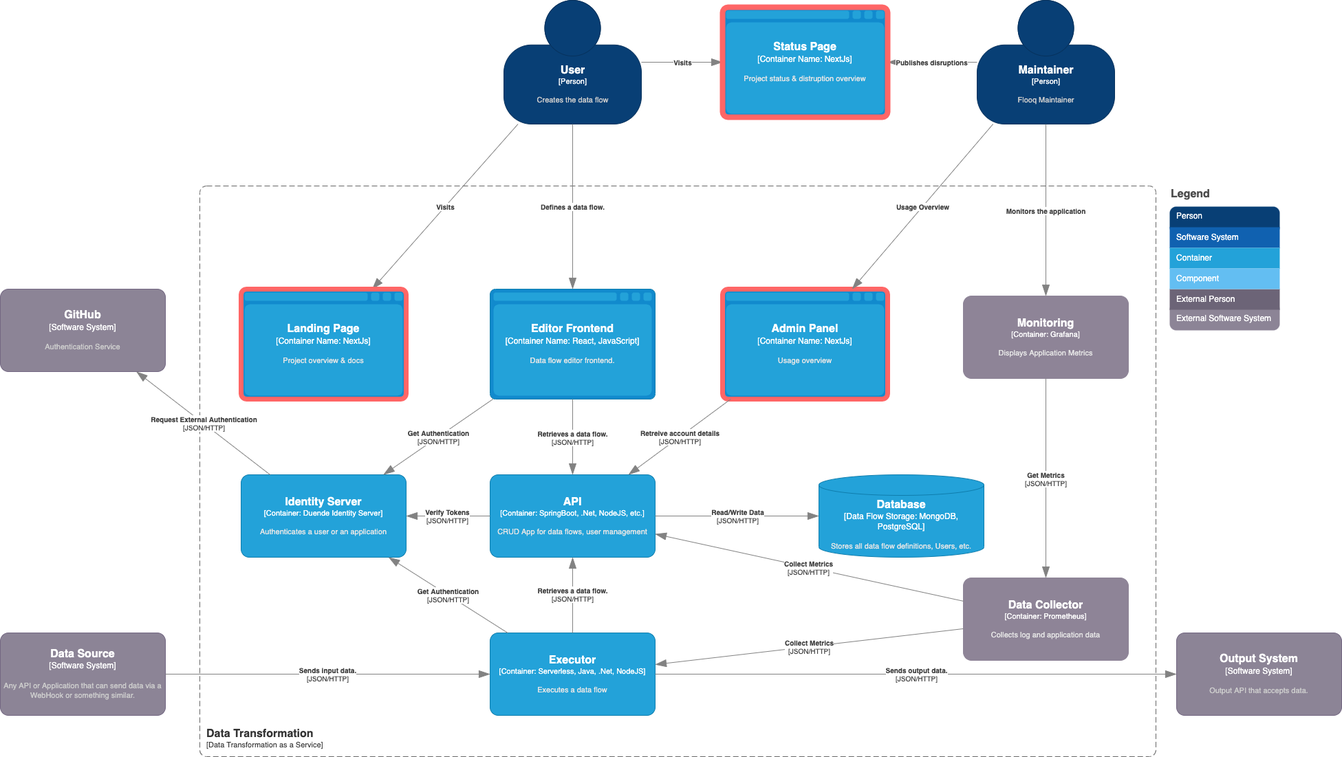
Above: docs/assets/c4-2-container-diagram_data-transformation.dio.png in Agile-Waterfall/flooq (draw.io), before the change. Source tidied: cells renumbered, new cells last; positions are measured from the earlier drawing's top-left corner, leaving out a move shared by most shapes.
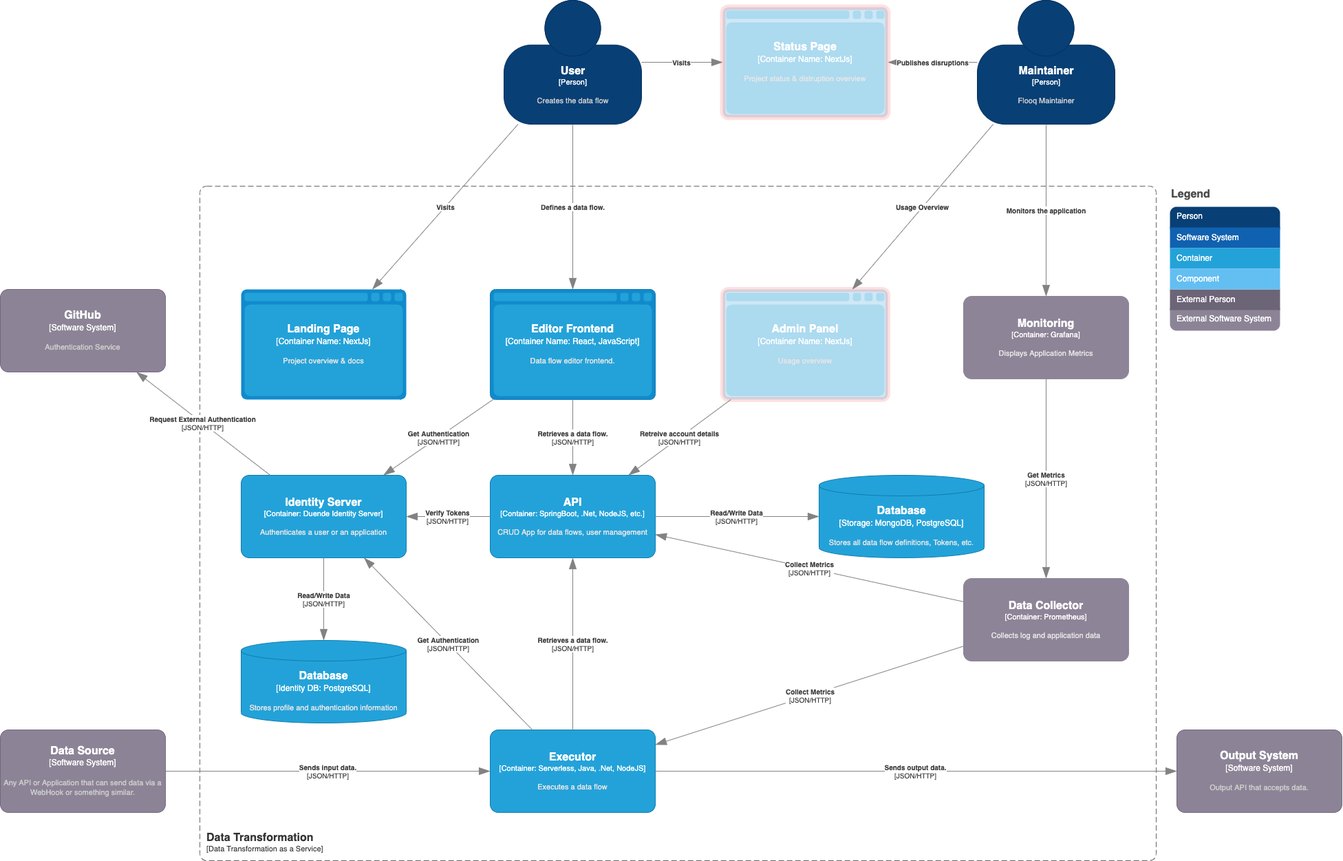
The same diagram one commit later.

The edit, as a diff of the source:
```diff
@@ -33,7 +33,7 @@
     </object>
     <object id="11" label="&lt;font style=&quot;font-size: 16px&quot;&gt;&lt;b&gt;&lt;div style=&quot;text-align: left&quot;&gt;%c4Name%&lt;/div&gt;&lt;/b&gt;&lt;/font&gt;&lt;div style=&quot;text-align: left&quot;&gt;[%c4Application%]&lt;/div&gt;" c4Application="Data Transformation as a Service" c4Name="Data Transformation" c4Type="ContainerScopeBoundary" placeholders="1">
       <mxCell style="rounded=1;fontSize=11;whiteSpace=wrap;html=1;dashed=1;arcSize=20;fillColor=none;strokeColor=#666666;fontColor=#333333;labelBackgroundColor=none;align=left;verticalAlign=bottom;labelBorderColor=none;spacingTop=0;spacing=10;dashPattern=8 4;perimeter=rectanglePerimeter;noLabel=0;labelPadding=0;absoluteArcSize=1;" parent="1" vertex="1">
-        <mxGeometry x="290" y="270" width="1390" height="830" as="geometry" />
+        <mxGeometry x="290" y="270" width="1390" height="980" as="geometry" />
       </mxCell>
     </object>
     <object id="12" label="&lt;font style=&quot;font-size: 16px&quot;&gt;&lt;b&gt;%c4Type%&lt;/font&gt;&lt;div&gt;[%c4Container%:&amp;nbsp;%c4Technology%]&lt;/div&gt;&lt;br&gt;&lt;div&gt;&lt;font style=&quot;font-size: 11px&quot;&gt;&lt;font color=&quot;#E6E6E6&quot;&gt;%c4Description%&lt;/font&gt;&lt;/div&gt;" c4Container="Container Name" c4Description="Data flow editor frontend." c4Technology="React, JavaScript" c4Type="Editor Frontend" placeholders="1">
@@ -48,17 +48,17 @@
     </object>
     <object id="14" label="&lt;font style=&quot;font-size: 16px&quot;&gt;&lt;b&gt;%c4Name%&lt;/b&gt;&lt;/font&gt;&lt;div&gt;[%c4Type%: %c4Technology%]&lt;/div&gt;&lt;br&gt;&lt;div&gt;&lt;font style=&quot;font-size: 11px&quot;&gt;&lt;font color=&quot;#E6E6E6&quot;&gt;%c4Description%&lt;/font&gt;&lt;/div&gt;" c4Description="Executes a data flow" c4Name="Executor" c4Technology="Serverless, Java, .Net, NodeJS" c4Type="Container" placeholders="1">
       <mxCell style="rounded=1;whiteSpace=wrap;html=1;fontSize=11;labelBackgroundColor=none;fillColor=#23A2D9;fontColor=#ffffff;align=center;arcSize=10;strokeColor=#0E7DAD;points=[[0.25,0,0],[0.5,0,0],[0.75,0,0],[1,0.25,0],[1,0.5,0],[1,0.75,0],[0.75,1,0],[0.5,1,0],[0.25,1,0],[0,0.75,0],[0,0.5,0],[0,0.25,0]];" parent="1" vertex="1">
-        <mxGeometry x="712" y="920" width="240" height="120" as="geometry" />
+        <mxGeometry x="712" y="1060" width="240" height="120" as="geometry" />
       </mxCell>
     </object>
-    <object id="15" label="&lt;font style=&quot;font-size: 16px&quot;&gt;&lt;b&gt;%c4Type%&lt;/font&gt;&lt;div&gt;[%c4Container%:&amp;nbsp;%c4Technology%]&lt;/div&gt;&lt;br&gt;&lt;div&gt;&lt;font style=&quot;font-size: 11px&quot;&gt;&lt;font color=&quot;#E6E6E6&quot;&gt;%c4Description%&lt;/font&gt;&lt;/div&gt;" c4Container="Data Flow Storage" c4Description="Stores all data flow definitions, Users, etc. " c4Technology="MongoDB, PostgreSQL" c4Type="Database" placeholders="1">
+    <object id="15" label="&lt;font style=&quot;font-size: 16px&quot;&gt;&lt;b&gt;%c4Type%&lt;/font&gt;&lt;div&gt;[%c4Container%:&amp;nbsp;%c4Technology%]&lt;/div&gt;&lt;br&gt;&lt;div&gt;&lt;font style=&quot;font-size: 11px&quot;&gt;&lt;font color=&quot;#E6E6E6&quot;&gt;%c4Description%&lt;/font&gt;&lt;/div&gt;" c4Container="Storage" c4Description="Stores all data flow definitions, Tokens, etc. " c4Technology="MongoDB, PostgreSQL" c4Type="Database" placeholders="1">
       <mxCell style="shape=cylinder3;size=15;whiteSpace=wrap;html=1;boundedLbl=1;rounded=0;labelBackgroundColor=none;fillColor=#23A2D9;fontSize=12;fontColor=#ffffff;align=center;strokeColor=#0E7DAD;points=[[0.5,0,0],[1,0.25,0],[1,0.5,0],[1,0.75,0],[0.5,1,0],[0,0.75,0],[0,0.5,0],[0,0.25,0]];" parent="1" vertex="1">
         <mxGeometry x="1190" y="690" width="240" height="120" as="geometry" />
       </mxCell>
     </object>
     <object id="16" label="&lt;font style=&quot;font-size: 16px&quot;&gt;&lt;b&gt;%c4Name%&lt;/b&gt;&lt;/font&gt;&lt;div&gt;[%c4Type%]&lt;/div&gt;&lt;br&gt;&lt;div&gt;&lt;font style=&quot;font-size: 11px&quot;&gt;&lt;font color=&quot;#cccccc&quot;&gt;%c4Description%&lt;/font&gt;&lt;/div&gt;" c4Description="Any API or Application that can send data via a WebHook or something similar." c4Name="Data Source" c4Type="Software System" placeholders="1">
       <mxCell style="rounded=1;whiteSpace=wrap;html=1;labelBackgroundColor=none;fillColor=#8C8496;fontColor=#ffffff;align=center;arcSize=10;strokeColor=#736782;points=[[0.25,0,0],[0.5,0,0],[0.75,0,0],[1,0.25,0],[1,0.5,0],[1,0.75,0],[0.75,1,0],[0.5,1,0],[0.25,1,0],[0,0.75,0],[0,0.5,0],[0,0.25,0]];" parent="1" vertex="1">
-        <mxGeometry y="920" width="240" height="120" as="geometry" />
+        <mxGeometry y="1060" width="240" height="120" as="geometry" />
       </mxCell>
     </object>
     <object id="17" label="&lt;div style=&quot;text-align: left&quot;&gt;&lt;div style=&quot;text-align: center&quot;&gt;&lt;b&gt;%c4Description%&lt;/b&gt;&lt;/div&gt;&lt;div style=&quot;text-align: center&quot;&gt;[%c4Technology%]&lt;/div&gt;&lt;/div&gt;" c4Description="Sends input data." c4Technology="JSON/HTTP" c4Type="Relationship" placeholders="1">
@@ -73,7 +73,7 @@
     </object>
     <object id="19" label="&lt;font style=&quot;font-size: 16px&quot;&gt;&lt;b&gt;%c4Name%&lt;/b&gt;&lt;/font&gt;&lt;div&gt;[%c4Type%]&lt;/div&gt;&lt;br&gt;&lt;div&gt;&lt;font style=&quot;font-size: 11px&quot;&gt;&lt;font color=&quot;#cccccc&quot;&gt;%c4Description%&lt;/font&gt;&lt;/div&gt;" c4Description="Output API that accepts data." c4Name="Output System" c4Type="Software System" placeholders="1">
       <mxCell style="rounded=1;whiteSpace=wrap;html=1;labelBackgroundColor=none;fillColor=#8C8496;fontColor=#ffffff;align=center;arcSize=10;strokeColor=#736782;points=[[0.25,0,0],[0.5,0,0],[0.75,0,0],[1,0.25,0],[1,0.5,0],[1,0.75,0],[0.75,1,0],[0.5,1,0],[0.25,1,0],[0,0.75,0],[0,0.5,0],[0,0.25,0]];" parent="1" vertex="1">
-        <mxGeometry x="1710" y="920" width="240" height="120" as="geometry" />
+        <mxGeometry x="1710" y="1060" width="240" height="120" as="geometry" />
       </mxCell>
     </object>
     <object id="20" label="&lt;div style=&quot;text-align: left&quot;&gt;&lt;div style=&quot;text-align: center&quot;&gt;&lt;b&gt;%c4Description%&lt;/b&gt;&lt;/div&gt;&lt;div style=&quot;text-align: center&quot;&gt;[%c4Technology%]&lt;/div&gt;&lt;/div&gt;" c4Description="Sends output data." c4Technology="JSON/HTTP" c4Type="Relationship" placeholders="1">
@@ -177,17 +177,17 @@
       </mxCell>
     </object>
     <object id="40" label="&lt;font style=&quot;font-size: 16px&quot;&gt;&lt;b&gt;%c4Type%&lt;/font&gt;&lt;div&gt;[%c4Container%:&amp;nbsp;%c4Technology%]&lt;/div&gt;&lt;br&gt;&lt;div&gt;&lt;font style=&quot;font-size: 11px&quot;&gt;&lt;font color=&quot;#E6E6E6&quot;&gt;%c4Description%&lt;/font&gt;&lt;/div&gt;" c4Container="Container Name" c4Description="Project overview &amp; docs" c4Technology="NextJs" c4Type="Landing Page" placeholders="1">
-      <mxCell style="shape=mxgraph.c4.webBrowserContainer;whiteSpace=wrap;html=1;boundedLbl=1;rounded=0;labelBackgroundColor=none;fillColor=#118ACD;fontSize=12;fontColor=#ffffff;align=center;strokeColor=#FF6666;points=[[0.5,0,0],[1,0.25,0],[1,0.5,0],[1,0.75,0],[0.5,1,0],[0,0.75,0],[0,0.5,0],[0,0.25,0]];gradientColor=none;strokeWidth=7;" parent="1" vertex="1">
+      <mxCell style="shape=mxgraph.c4.webBrowserContainer;whiteSpace=wrap;html=1;boundedLbl=1;rounded=0;labelBackgroundColor=none;fillColor=#118ACD;fontSize=12;fontColor=#ffffff;align=center;strokeColor=none;points=[[0.5,0,0],[1,0.25,0],[1,0.5,0],[1,0.75,0],[0.5,1,0],[0,0.75,0],[0,0.5,0],[0,0.25,0]];gradientColor=none;strokeWidth=7;" parent="1" vertex="1">
         <mxGeometry x="350" y="420" width="240" height="160" as="geometry" />
       </mxCell>
     </object>
     <object id="41" label="&lt;font style=&quot;font-size: 16px&quot;&gt;&lt;b&gt;%c4Type%&lt;/font&gt;&lt;div&gt;[%c4Container%:&amp;nbsp;%c4Technology%]&lt;/div&gt;&lt;br&gt;&lt;div&gt;&lt;font style=&quot;font-size: 11px&quot;&gt;&lt;font color=&quot;#E6E6E6&quot;&gt;%c4Description%&lt;/font&gt;&lt;/div&gt;" c4Container="Container Name" c4Description="Project status &amp; distruption overview" c4Technology="NextJs" c4Type="Status Page" placeholders="1">
-      <mxCell style="shape=mxgraph.c4.webBrowserContainer;whiteSpace=wrap;html=1;boundedLbl=1;rounded=0;labelBackgroundColor=none;fillColor=#118ACD;fontSize=12;fontColor=#ffffff;align=center;strokeColor=#FF6666;points=[[0.5,0,0],[1,0.25,0],[1,0.5,0],[1,0.75,0],[0.5,1,0],[0,0.75,0],[0,0.5,0],[0,0.25,0]];strokeWidth=8;" parent="1" vertex="1">
+      <mxCell style="shape=mxgraph.c4.webBrowserContainer;whiteSpace=wrap;html=1;boundedLbl=1;rounded=0;labelBackgroundColor=none;fillColor=#118ACD;fontSize=12;fontColor=#ffffff;align=center;strokeColor=#FF6666;points=[[0.5,0,0],[1,0.25,0],[1,0.5,0],[1,0.75,0],[0.5,1,0],[0,0.75,0],[0,0.5,0],[0,0.25,0]];strokeWidth=8;opacity=20;" parent="1" vertex="1">
         <mxGeometry x="1050" y="10" width="240" height="160" as="geometry" />
       </mxCell>
     </object>
     <object id="42" label="&lt;font style=&quot;font-size: 16px&quot;&gt;&lt;b&gt;%c4Type%&lt;/font&gt;&lt;div&gt;[%c4Container%:&amp;nbsp;%c4Technology%]&lt;/div&gt;&lt;br&gt;&lt;div&gt;&lt;font style=&quot;font-size: 11px&quot;&gt;&lt;font color=&quot;#E6E6E6&quot;&gt;%c4Description%&lt;/font&gt;&lt;/div&gt;" c4Container="Container Name" c4Description="Usage overview" c4Technology="NextJs" c4Type="Admin Panel" placeholders="1">
-      <mxCell style="shape=mxgraph.c4.webBrowserContainer;whiteSpace=wrap;html=1;boundedLbl=1;rounded=0;labelBackgroundColor=none;fillColor=#118ACD;fontSize=12;fontColor=#ffffff;align=center;strokeColor=#FF6666;points=[[0.5,0,0],[1,0.25,0],[1,0.5,0],[1,0.75,0],[0.5,1,0],[0,0.75,0],[0,0.5,0],[0,0.25,0]];strokeWidth=7;" parent="1" vertex="1">
+      <mxCell style="shape=mxgraph.c4.webBrowserContainer;whiteSpace=wrap;html=1;boundedLbl=1;rounded=0;labelBackgroundColor=none;fillColor=#118ACD;fontSize=12;fontColor=#ffffff;align=center;strokeColor=#FF6666;points=[[0.5,0,0],[1,0.25,0],[1,0.5,0],[1,0.75,0],[0.5,1,0],[0,0.75,0],[0,0.5,0],[0,0.25,0]];strokeWidth=7;opacity=20;" parent="1" vertex="1">
         <mxGeometry x="1050" y="420" width="240" height="160" as="geometry" />
       </mxCell>
     </object>
@@ -201,5 +201,15 @@
         <mxGeometry relative="1" as="geometry" />
       </mxCell>
     </object>
+    <object id="45" label="&lt;font style=&quot;font-size: 16px&quot;&gt;&lt;b&gt;%c4Type%&lt;/font&gt;&lt;div&gt;[%c4Container%:&amp;nbsp;%c4Technology%]&lt;/div&gt;&lt;br&gt;&lt;div&gt;&lt;font style=&quot;font-size: 11px&quot;&gt;&lt;font color=&quot;#E6E6E6&quot;&gt;%c4Description%&lt;/font&gt;&lt;/div&gt;" c4Container="Identity DB" c4Description="Stores profile and authentication information" c4Technology="PostgreSQL" c4Type="Database" placeholders="1">
+      <mxCell style="shape=cylinder3;size=15;whiteSpace=wrap;html=1;boundedLbl=1;rounded=0;labelBackgroundColor=none;fillColor=#23A2D9;fontSize=12;fontColor=#ffffff;align=center;strokeColor=#0E7DAD;points=[[0.5,0,0],[1,0.25,0],[1,0.5,0],[1,0.75,0],[0.5,1,0],[0,0.75,0],[0,0.5,0],[0,0.25,0]];" parent="1" vertex="1">
+        <mxGeometry x="350" y="930" width="240" height="120" as="geometry" />
+      </mxCell>
+    </object>
+    <object id="46" label="&lt;div style=&quot;text-align: left&quot;&gt;&lt;div style=&quot;text-align: center&quot;&gt;&lt;b&gt;%c4Description%&lt;/b&gt;&lt;/div&gt;&lt;div style=&quot;text-align: center&quot;&gt;[%c4Technology%]&lt;/div&gt;&lt;/div&gt;" c4Description="Read/Write Data" c4Technology="JSON/HTTP" c4Type="Relationship" placeholders="1">
+      <mxCell style="endArrow=blockThin;html=1;fontSize=10;fontColor=#404040;strokeWidth=1;endFill=1;strokeColor=#828282;elbow=vertical;endSize=14;startSize=14;jumpStyle=arc;jumpSize=16;rounded=0;" parent="1" edge="1" source="24" target="45">
+        <mxGeometry relative="1" as="geometry" />
+      </mxCell>
+    </object>
   </root>
 </mxGraphModel>
```
